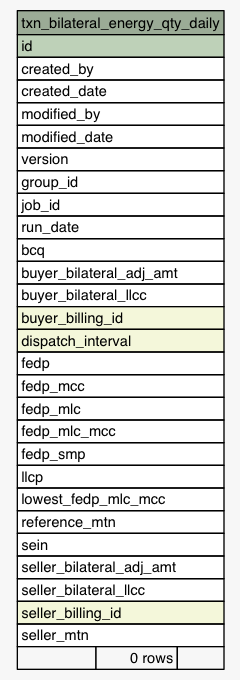
Earlier version of the Graphviz export Data/settlement/diagrams/summary/txn_bilateral_energy_qty_daily.1degree.png (eyana-m/python-data-dictionary-writer). Its source is kept beside it as Data/settlement/diagrams/summary/txn_bilateral_energy_qty_daily.1degree.dot.
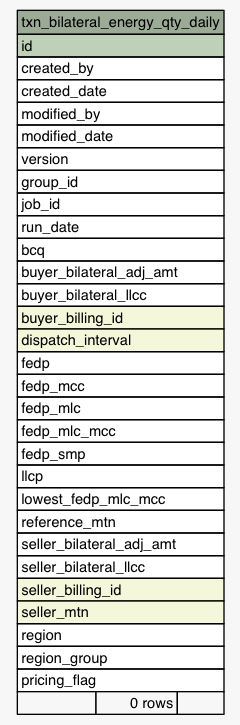
Above is the later version.

Change to the diagram source:
```diff
@@ -41,11 +41,13 @@
       <TR><TD PORT="llcp" COLSPAN="3" ALIGN="LEFT">llcp</TD></TR>
       <TR><TD PORT="lowest_fedp_mlc_mcc" COLSPAN="3" ALIGN="LEFT">lowest_fedp_mlc_mcc</TD></TR>
       <TR><TD PORT="reference_mtn" COLSPAN="3" ALIGN="LEFT">reference_mtn</TD></TR>
-      <TR><TD PORT="sein" COLSPAN="3" ALIGN="LEFT">sein</TD></TR>
       <TR><TD PORT="seller_bilateral_adj_amt" COLSPAN="3" ALIGN="LEFT">seller_bilateral_adj_amt</TD></TR>
       <TR><TD PORT="seller_bilateral_llcc" COLSPAN="3" ALIGN="LEFT">seller_bilateral_llcc</TD></TR>
       <TR><TD PORT="seller_billing_id" COLSPAN="3" BGCOLOR="#f4f7da" ALIGN="LEFT">seller_billing_id</TD></TR>
-      <TR><TD PORT="seller_mtn" COLSPAN="3" ALIGN="LEFT">seller_mtn</TD></TR>
+      <TR><TD PORT="seller_mtn" COLSPAN="3" BGCOLOR="#f4f7da" ALIGN="LEFT">seller_mtn</TD></TR>
+      <TR><TD PORT="region" COLSPAN="3" ALIGN="LEFT">region</TD></TR>
+      <TR><TD PORT="region_group" COLSPAN="3" ALIGN="LEFT">region_group</TD></TR>
+      <TR><TD PORT="pricing_flag" COLSPAN="3" ALIGN="LEFT">pricing_flag</TD></TR>
       <TR><TD ALIGN="LEFT" BGCOLOR="#f7f7f7">  </TD><TD ALIGN="RIGHT" BGCOLOR="#f7f7f7">0 rows</TD><TD ALIGN="RIGHT" BGCOLOR="#f7f7f7">  </TD></TR>
     </TABLE>>
     URL="tables/txn_bilateral_energy_qty_daily.html"
```
